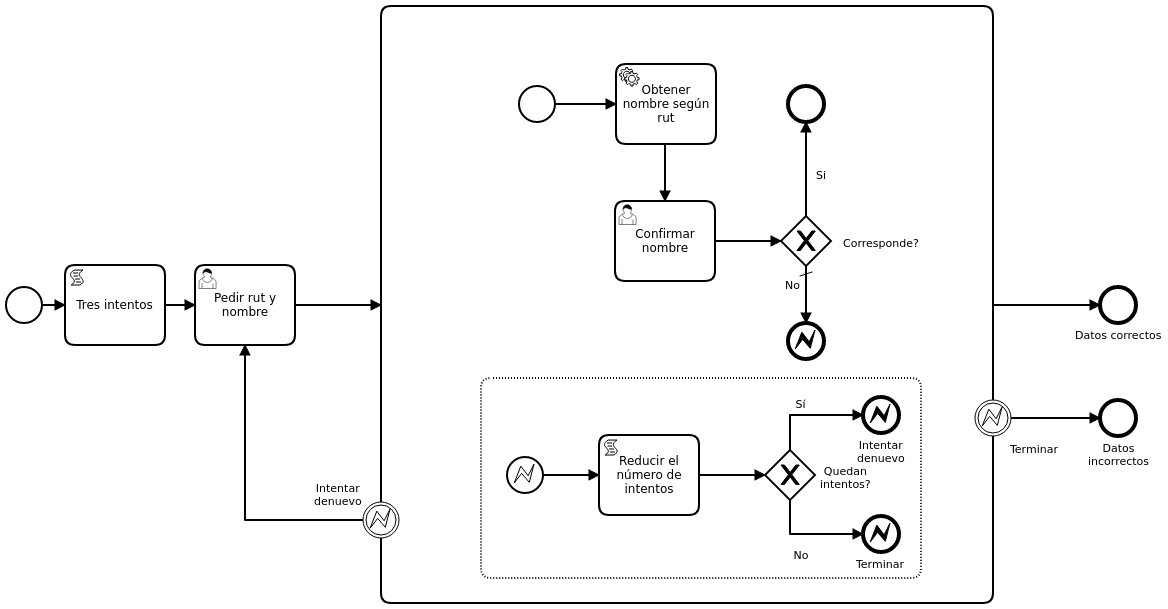
Earlier version of the BPMN export 05 BPMN Deep Dive/CheckRutImprovedExample/process.png (sigifredolaengle/camunda-classes). Its source is kept beside it as 05 BPMN Deep Dive/CheckRutImprovedExample/process.bpmn. Ids are renumbered. Its diagram source:
```xml
<bpmn:definitions xmlns:bpmn="http://www.omg.org/spec/BPMN/20100524/MODEL" xmlns:bpmndi="http://www.omg.org/spec/BPMN/20100524/DI" xmlns:di="http://www.omg.org/spec/DD/20100524/DI" xmlns:dc="http://www.omg.org/spec/DD/20100524/DC" xmlns:xsi="http://www.w3.org/2001/XMLSchema-instance" xmlns:camunda="http://camunda.org/schema/1.0/bpmn" id="Definitions_1" targetNamespace="http://bpmn.io/schema/bpmn" exporter="Camunda Modeler" exporterVersion="1.15.1">
  <bpmn:message id="Message_n1" name="verificar-rut" />
  <bpmn:message id="Message_n2" name="rut-verificado" />
  <bpmn:process id="CheckRutImproved" name="CheckRutImproved" isExecutable="true">
    <bpmn:startEvent id="StartEvent_n3">
      <bpmn:outgoing>SequenceFlow_n4</bpmn:outgoing>
    </bpmn:startEvent>
    <bpmn:sequenceFlow id="SequenceFlow_n4" sourceRef="StartEvent_n3" targetRef="Task_n5" />
    <bpmn:userTask id="Task_n6" name="Pedir rut y nombre">
      <bpmn:extensionElements>
        <camunda:formData>
          <camunda:formField id="rut" label="Rut" type="string">
            <camunda:validation>
              <camunda:constraint name="required" />
            </camunda:validation>
          </camunda:formField>
          <camunda:formField id="nombre" label="Nombre" type="string" />
          <camunda:formField id="intentos" label="Intentos restantes" type="long">
            <camunda:validation>
              <camunda:constraint name="readonly" />
            </camunda:validation>
          </camunda:formField>
        </camunda:formData>
      </bpmn:extensionElements>
      <bpmn:incoming>SequenceFlow_n7</bpmn:incoming>
      <bpmn:incoming>SequenceFlow_n8</bpmn:incoming>
      <bpmn:outgoing>SequenceFlow_n9</bpmn:outgoing>
    </bpmn:userTask>
    <bpmn:subProcess id="SubProcess_n10">
      <bpmn:incoming>SequenceFlow_n9</bpmn:incoming>
      <bpmn:outgoing>SequenceFlow_n11</bpmn:outgoing>
      <bpmn:startEvent id="StartEvent_n12">
        <bpmn:outgoing>SequenceFlow_n13</bpmn:outgoing>
      </bpmn:startEvent>
      <bpmn:sequenceFlow id="SequenceFlow_n13" sourceRef="StartEvent_n12" targetRef="Task_n14" />
      <bpmn:sequenceFlow id="SequenceFlow_n15" sourceRef="Task_n14" targetRef="Task_n16" />
      <bpmn:serviceTask id="Task_n14" name="Obtener nombre según rut">
        <bpmn:extensionElements>
          <camunda:connector>
            <camunda:inputOutput>
              <camunda:inputParameter name="url">
                <camunda:script scriptFormat="freemarker">https://api.rutify.cl/rut/${rut}</camunda:script>
              </camunda:inputParameter>
              <camunda:inputParameter name="method">GET</camunda:inputParameter>
              <camunda:outputParameter name="nombreVer">
                <camunda:script scriptFormat="javaScript">S(response).prop("nombre").value().toString()</camunda:script>
              </camunda:outputParameter>
            </camunda:inputOutput>
            <camunda:connectorId>http-connector</camunda:connectorId>
          </camunda:connector>
        </bpmn:extensionElements>
        <bpmn:incoming>SequenceFlow_n13</bpmn:incoming>
        <bpmn:outgoing>SequenceFlow_n15</bpmn:outgoing>
      </bpmn:serviceTask>
      <bpmn:userTask id="Task_n16" name="Confirmar nombre">
        <bpmn:extensionElements>
          <camunda:formData>
            <camunda:formField id="nombre" label="Nombre" type="string">
              <camunda:validation>
                <camunda:constraint name="readonly" />
              </camunda:validation>
            </camunda:formField>
            <camunda:formField id="nombreVer" label="Nombre verificado" type="string">
              <camunda:validation>
                <camunda:constraint name="readonly" />
              </camunda:validation>
            </camunda:formField>
            <camunda:formField id="correcto" label="Corresponde?" type="boolean" />
          </camunda:formData>
        </bpmn:extensionElements>
        <bpmn:incoming>SequenceFlow_n15</bpmn:incoming>
        <bpmn:outgoing>SequenceFlow_n17</bpmn:outgoing>
      </bpmn:userTask>
      <bpmn:exclusiveGateway id="ExclusiveGateway_n18" name="Corresponde?" default="SequenceFlow_n19">
        <bpmn:incoming>SequenceFlow_n17</bpmn:incoming>
        <bpmn:outgoing>SequenceFlow_n20</bpmn:outgoing>
        <bpmn:outgoing>SequenceFlow_n19</bpmn:outgoing>
      </bpmn:exclusiveGateway>
      <bpmn:sequenceFlow id="SequenceFlow_n17" sourceRef="Task_n16" targetRef="ExclusiveGateway_n18" />
      <bpmn:endEvent id="EndEvent_n21">
        <bpmn:incoming>SequenceFlow_n20</bpmn:incoming>
      </bpmn:endEvent>
      <bpmn:sequenceFlow id="SequenceFlow_n20" name="Si" sourceRef="ExclusiveGateway_n18" targetRef="EndEvent_n21">
        <bpmn:conditionExpression xsi:type="bpmn:tFormalExpression">#{correcto}</bpmn:conditionExpression>
      </bpmn:sequenceFlow>
      <bpmn:sequenceFlow id="SequenceFlow_n19" name="No" sourceRef="ExclusiveGateway_n18" targetRef="EndEvent_n22" />
      <bpmn:endEvent id="EndEvent_n22">
        <bpmn:incoming>SequenceFlow_n19</bpmn:incoming>
        <bpmn:errorEventDefinition errorRef="Error_n23" />
      </bpmn:endEvent>
      <bpmn:subProcess id="SubProcess_n24" triggeredByEvent="true">
        <bpmn:startEvent id="StartEvent_n25">
          <bpmn:outgoing>SequenceFlow_n26</bpmn:outgoing>
          <bpmn:errorEventDefinition errorRef="Error_n23" />
        </bpmn:startEvent>
        <bpmn:exclusiveGateway id="ExclusiveGateway_n27" name="Quedan intentos?">
          <bpmn:incoming>SequenceFlow_n28</bpmn:incoming>
          <bpmn:outgoing>SequenceFlow_n29</bpmn:outgoing>
          <bpmn:outgoing>SequenceFlow_n30</bpmn:outgoing>
        </bpmn:exclusiveGateway>
        <bpmn:sequenceFlow id="SequenceFlow_n26" sourceRef="StartEvent_n25" targetRef="Task_n31" />
        <bpmn:sequenceFlow id="SequenceFlow_n29" name="Sí" sourceRef="ExclusiveGateway_n27" targetRef="EndEvent_n32">
          <bpmn:conditionExpression xsi:type="bpmn:tFormalExpression">#{intentos &gt; 0}</bpmn:conditionExpression>
        </bpmn:sequenceFlow>
        <bpmn:endEvent id="EndEvent_n32" name="Intentar denuevo">
          <bpmn:incoming>SequenceFlow_n29</bpmn:incoming>
          <bpmn:errorEventDefinition errorRef="Error_n23" />
        </bpmn:endEvent>
        <bpmn:sequenceFlow id="SequenceFlow_n30" name="No" sourceRef="ExclusiveGateway_n27" targetRef="EndEvent_n33">
          <bpmn:conditionExpression xsi:type="bpmn:tFormalExpression">#{intentos &lt; 1}</bpmn:conditionExpression>
        </bpmn:sequenceFlow>
        <bpmn:sequenceFlow id="SequenceFlow_n28" sourceRef="Task_n31" targetRef="ExclusiveGateway_n27" />
        <bpmn:endEvent id="EndEvent_n33" name="Terminar">
          <bpmn:incoming>SequenceFlow_n30</bpmn:incoming>
          <bpmn:errorEventDefinition errorRef="Error_n34" />
        </bpmn:endEvent>
        <bpmn:scriptTask id="Task_n31" name="Reducir el número de intentos" scriptFormat="groovy">
          <bpmn:incoming>SequenceFlow_n26</bpmn:incoming>
          <bpmn:outgoing>SequenceFlow_n28</bpmn:outgoing>
          <bpmn:script>def n = execution.getVariable("intentos")
n -= 1
execution.setVariable("intentos", n)</bpmn:script>
        </bpmn:scriptTask>
      </bpmn:subProcess>
    </bpmn:subProcess>
    <bpmn:sequenceFlow id="SequenceFlow_n9" sourceRef="Task_n6" targetRef="SubProcess_n10" />
    <bpmn:boundaryEvent id="BoundaryEvent_n35" name="Intentar denuevo" attachedToRef="SubProcess_n10">
      <bpmn:outgoing>SequenceFlow_n8</bpmn:outgoing>
      <bpmn:errorEventDefinition errorRef="Error_n23" />
    </bpmn:boundaryEvent>
    <bpmn:endEvent id="EndEvent_n36" name="Datos correctos">
      <bpmn:incoming>SequenceFlow_n11</bpmn:incoming>
    </bpmn:endEvent>
    <bpmn:sequenceFlow id="SequenceFlow_n11" sourceRef="SubProcess_n10" targetRef="EndEvent_n36" />
    <bpmn:sequenceFlow id="SequenceFlow_n7" sourceRef="Task_n5" targetRef="Task_n6" />
    <bpmn:scriptTask id="Task_n5" name="Tres intentos" scriptFormat="groovy">
      <bpmn:incoming>SequenceFlow_n4</bpmn:incoming>
      <bpmn:outgoing>SequenceFlow_n7</bpmn:outgoing>
      <bpmn:script>execution.setVariable("intentos", 3);</bpmn:script>
    </bpmn:scriptTask>
    <bpmn:sequenceFlow id="SequenceFlow_n8" sourceRef="BoundaryEvent_n35" targetRef="Task_n6" />
    <bpmn:boundaryEvent id="BoundaryEvent_n37" name="Terminar" attachedToRef="SubProcess_n10">
      <bpmn:outgoing>SequenceFlow_n38</bpmn:outgoing>
      <bpmn:errorEventDefinition errorRef="Error_n34" />
    </bpmn:boundaryEvent>
    <bpmn:endEvent id="EndEvent_n39" name="Datos incorrectos">
      <bpmn:incoming>SequenceFlow_n38</bpmn:incoming>
    </bpmn:endEvent>
    <bpmn:sequenceFlow id="SequenceFlow_n38" sourceRef="BoundaryEvent_n37" targetRef="EndEvent_n39" />
  </bpmn:process>
  <bpmn:error id="Error_n23" name="Nombre no corresponde" errorCode="wrong_name" />
  <bpmn:error id="Error_n34" name="Intentos agotados" errorCode="Intentos agotados" />
  <bpmndi:BPMNDiagram id="BPMNDiagram_1">
    <bpmndi:BPMNPlane id="BPMNPlane_1" bpmnElement="CheckRutImproved">
      <bpmndi:BPMNShape id="StartEvent_n3_di" bpmnElement="StartEvent_n3">
        <dc:Bounds x="24" y="298" width="36" height="36" />
        <bpmndi:BPMNLabel>
          <dc:Bounds x="-3" y="337" width="90" height="13" />
        </bpmndi:BPMNLabel>
      </bpmndi:BPMNShape>
      <bpmndi:BPMNEdge id="SequenceFlow_n4_di" bpmnElement="SequenceFlow_n4">
        <di:waypoint x="60" y="316" />
        <di:waypoint x="83" y="316" />
        <bpmndi:BPMNLabel>
          <dc:Bounds x="26.5" y="294.5" width="90" height="13" />
        </bpmndi:BPMNLabel>
      </bpmndi:BPMNEdge>
      <bpmndi:BPMNShape id="UserTask_0yub580_di" bpmnElement="Task_n6">
        <dc:Bounds x="213" y="276" width="100" height="80" />
      </bpmndi:BPMNShape>
      <bpmndi:BPMNShape id="SubProcess_n10_di" bpmnElement="SubProcess_n10" isExpanded="true">
        <dc:Bounds x="399" y="17" width="612" height="597" />
      </bpmndi:BPMNShape>
      <bpmndi:BPMNEdge id="SequenceFlow_n9_di" bpmnElement="SequenceFlow_n9">
        <di:waypoint x="313" y="316" />
        <di:waypoint x="399" y="316" />
        <bpmndi:BPMNLabel>
          <dc:Bounds x="311" y="294.5" width="90" height="13" />
        </bpmndi:BPMNLabel>
      </bpmndi:BPMNEdge>
      <bpmndi:BPMNShape id="StartEvent_n12_di" bpmnElement="StartEvent_n12">
        <dc:Bounds x="537" y="97" width="36" height="36" />
        <bpmndi:BPMNLabel>
          <dc:Bounds x="510" y="136" width="90" height="13" />
        </bpmndi:BPMNLabel>
      </bpmndi:BPMNShape>
      <bpmndi:BPMNEdge id="SequenceFlow_n13_di" bpmnElement="SequenceFlow_n13">
        <di:waypoint x="573" y="115" />
        <di:waypoint x="634" y="115" />
        <bpmndi:BPMNLabel>
          <dc:Bounds x="559" y="94" width="90" height="13" />
        </bpmndi:BPMNLabel>
      </bpmndi:BPMNEdge>
      <bpmndi:BPMNEdge id="SequenceFlow_n15_di" bpmnElement="SequenceFlow_n15">
        <di:waypoint x="683" y="155" />
        <di:waypoint x="683" y="212" />
        <bpmndi:BPMNLabel>
          <dc:Bounds x="653" y="177" width="90" height="13" />
        </bpmndi:BPMNLabel>
      </bpmndi:BPMNEdge>
      <bpmndi:BPMNShape id="ServiceTask_1ydaxtp_di" bpmnElement="Task_n14">
        <dc:Bounds x="634" y="75" width="100" height="80" />
      </bpmndi:BPMNShape>
      <bpmndi:BPMNShape id="UserTask_02qbnoc_di" bpmnElement="Task_n16">
        <dc:Bounds x="633" y="212" width="100" height="80" />
      </bpmndi:BPMNShape>
      <bpmndi:BPMNShape id="ExclusiveGateway_n18_di" bpmnElement="ExclusiveGateway_n18" isMarkerVisible="true">
        <dc:Bounds x="799" y="227" width="50" height="50" />
        <bpmndi:BPMNLabel>
          <dc:Bounds x="861" y="245" width="76" height="13" />
        </bpmndi:BPMNLabel>
      </bpmndi:BPMNShape>
      <bpmndi:BPMNEdge id="SequenceFlow_n17_di" bpmnElement="SequenceFlow_n17">
        <di:waypoint x="733" y="252" />
        <di:waypoint x="799" y="252" />
        <bpmndi:BPMNLabel>
          <dc:Bounds x="721" y="230.5" width="90" height="13" />
        </bpmndi:BPMNLabel>
      </bpmndi:BPMNEdge>
      <bpmndi:BPMNShape id="EndEvent_n21_di" bpmnElement="EndEvent_n21">
        <dc:Bounds x="806" y="97" width="36" height="36" />
        <bpmndi:BPMNLabel>
          <dc:Bounds x="779" y="136" width="90" height="13" />
        </bpmndi:BPMNLabel>
      </bpmndi:BPMNShape>
      <bpmndi:BPMNEdge id="SequenceFlow_n20_di" bpmnElement="SequenceFlow_n20">
        <di:waypoint x="824" y="227" />
        <di:waypoint x="824" y="133" />
        <bpmndi:BPMNLabel>
          <dc:Bounds x="834" y="177.17741935483872" width="11" height="13" />
        </bpmndi:BPMNLabel>
      </bpmndi:BPMNEdge>
      <bpmndi:BPMNEdge id="SequenceFlow_n19_di" bpmnElement="SequenceFlow_n19">
        <di:waypoint x="824" y="277" />
        <di:waypoint x="824" y="334" />
        <bpmndi:BPMNLabel>
          <dc:Bounds x="803" y="287" width="16" height="13" />
        </bpmndi:BPMNLabel>
      </bpmndi:BPMNEdge>
      <bpmndi:BPMNShape id="EndEvent_1v63dwc_di" bpmnElement="EndEvent_n22">
        <dc:Bounds x="806" y="334" width="36" height="36" />
        <bpmndi:BPMNLabel>
          <dc:Bounds x="779" y="372" width="90" height="13" />
        </bpmndi:BPMNLabel>
      </bpmndi:BPMNShape>
      <bpmndi:BPMNShape id="BoundaryEvent_10ehx3t_di" bpmnElement="BoundaryEvent_n35">
        <dc:Bounds x="381" y="513" width="36" height="36" />
        <bpmndi:BPMNLabel>
          <dc:Bounds x="332" y="490" width="48" height="26" />
        </bpmndi:BPMNLabel>
      </bpmndi:BPMNShape>
      <bpmndi:BPMNShape id="EndEvent_n36_di" bpmnElement="EndEvent_n36">
        <dc:Bounds x="1118" y="298" width="36" height="36" />
        <bpmndi:BPMNLabel>
          <dc:Bounds x="1093" y="337" width="87" height="13" />
        </bpmndi:BPMNLabel>
      </bpmndi:BPMNShape>
      <bpmndi:BPMNEdge id="SequenceFlow_n11_di" bpmnElement="SequenceFlow_n11">
        <di:waypoint x="1011" y="316" />
        <di:waypoint x="1118" y="316" />
        <bpmndi:BPMNLabel>
          <dc:Bounds x="1019.5" y="294.5" width="90" height="13" />
        </bpmndi:BPMNLabel>
      </bpmndi:BPMNEdge>
      <bpmndi:BPMNShape id="SubProcess_1plpf74_di" bpmnElement="SubProcess_n24" isExpanded="true">
        <dc:Bounds x="499" y="389" width="440" height="200" />
      </bpmndi:BPMNShape>
      <bpmndi:BPMNShape id="StartEvent_0pjrjys_di" bpmnElement="StartEvent_n25">
        <dc:Bounds x="525" y="468" width="36" height="36" />
        <bpmndi:BPMNLabel>
          <dc:Bounds x="543" y="507" width="0" height="13" />
        </bpmndi:BPMNLabel>
      </bpmndi:BPMNShape>
      <bpmndi:BPMNEdge id="SequenceFlow_n7_di" bpmnElement="SequenceFlow_n7">
        <di:waypoint x="183" y="316" />
        <di:waypoint x="213" y="316" />
        <bpmndi:BPMNLabel>
          <dc:Bounds x="198" y="294.5" width="0" height="13" />
        </bpmndi:BPMNLabel>
      </bpmndi:BPMNEdge>
      <bpmndi:BPMNShape id="ScriptTask_06rmamz_di" bpmnElement="Task_n5">
        <dc:Bounds x="83" y="276" width="100" height="80" />
      </bpmndi:BPMNShape>
      <bpmndi:BPMNShape id="ExclusiveGateway_n27_di" bpmnElement="ExclusiveGateway_n27" isMarkerVisible="true">
        <dc:Bounds x="783" y="461" width="50" height="50" />
        <bpmndi:BPMNLabel>
          <dc:Bounds x="838" y="473" width="51" height="26" />
        </bpmndi:BPMNLabel>
      </bpmndi:BPMNShape>
      <bpmndi:BPMNEdge id="SequenceFlow_n26_di" bpmnElement="SequenceFlow_n26">
        <di:waypoint x="561" y="486" />
        <di:waypoint x="589" y="486" />
        <di:waypoint x="589" y="486" />
        <di:waypoint x="617" y="486" />
        <bpmndi:BPMNLabel>
          <dc:Bounds x="604" y="479.5" width="0" height="13" />
        </bpmndi:BPMNLabel>
      </bpmndi:BPMNEdge>
      <bpmndi:BPMNEdge id="SequenceFlow_n29_di" bpmnElement="SequenceFlow_n29">
        <di:waypoint x="808" y="461" />
        <di:waypoint x="808" y="426" />
        <di:waypoint x="881" y="426" />
        <bpmndi:BPMNLabel>
          <dc:Bounds x="813.62109375" y="406" width="11" height="13" />
        </bpmndi:BPMNLabel>
      </bpmndi:BPMNEdge>
      <bpmndi:BPMNShape id="EndEvent_04sblkh_di" bpmnElement="EndEvent_n32">
        <dc:Bounds x="881" y="408" width="36" height="36" />
        <bpmndi:BPMNLabel>
          <dc:Bounds x="875" y="447" width="48" height="26" />
        </bpmndi:BPMNLabel>
      </bpmndi:BPMNShape>
      <bpmndi:BPMNEdge id="SequenceFlow_n30_di" bpmnElement="SequenceFlow_n30">
        <di:waypoint x="808" y="511" />
        <di:waypoint x="808" y="545" />
        <di:waypoint x="881" y="545" />
        <bpmndi:BPMNLabel>
          <dc:Bounds x="811.40625" y="557" width="16" height="13" />
        </bpmndi:BPMNLabel>
      </bpmndi:BPMNEdge>
      <bpmndi:BPMNEdge id="SequenceFlow_n28_di" bpmnElement="SequenceFlow_n28">
        <di:waypoint x="717" y="486" />
        <di:waypoint x="750" y="486" />
        <di:waypoint x="750" y="486" />
        <di:waypoint x="783" y="486" />
        <bpmndi:BPMNLabel>
          <dc:Bounds x="765" y="479.5" width="0" height="13" />
        </bpmndi:BPMNLabel>
      </bpmndi:BPMNEdge>
      <bpmndi:BPMNEdge id="SequenceFlow_n8_di" bpmnElement="SequenceFlow_n8">
        <di:waypoint x="381" y="531" />
        <di:waypoint x="263" y="531" />
        <di:waypoint x="263" y="356" />
        <bpmndi:BPMNLabel>
          <dc:Bounds x="322" y="509.5" width="0" height="13" />
        </bpmndi:BPMNLabel>
      </bpmndi:BPMNEdge>
      <bpmndi:BPMNShape id="EndEvent_1w09rje_di" bpmnElement="EndEvent_n33">
        <dc:Bounds x="881" y="527" width="36" height="36" />
        <bpmndi:BPMNLabel>
          <dc:Bounds x="874" y="566" width="50" height="13" />
        </bpmndi:BPMNLabel>
      </bpmndi:BPMNShape>
      <bpmndi:BPMNShape id="BoundaryEvent_13bq75n_di" bpmnElement="BoundaryEvent_n37">
        <dc:Bounds x="993" y="411" width="36" height="36" />
        <bpmndi:BPMNLabel>
          <dc:Bounds x="1028" y="451" width="50" height="13" />
        </bpmndi:BPMNLabel>
      </bpmndi:BPMNShape>
      <bpmndi:BPMNShape id="EndEvent_n39_di" bpmnElement="EndEvent_n39">
        <dc:Bounds x="1118" y="411" width="36" height="36" />
        <bpmndi:BPMNLabel>
          <dc:Bounds x="1106" y="450" width="62" height="26" />
        </bpmndi:BPMNLabel>
      </bpmndi:BPMNShape>
      <bpmndi:BPMNEdge id="SequenceFlow_n38_di" bpmnElement="SequenceFlow_n38">
        <di:waypoint x="1029" y="429" />
        <di:waypoint x="1118" y="429" />
        <bpmndi:BPMNLabel>
          <dc:Bounds x="1073.5" y="407.5" width="0" height="13" />
        </bpmndi:BPMNLabel>
      </bpmndi:BPMNEdge>
      <bpmndi:BPMNShape id="ScriptTask_082v6if_di" bpmnElement="Task_n31">
        <dc:Bounds x="617" y="446" width="100" height="80" />
      </bpmndi:BPMNShape>
    </bpmndi:BPMNPlane>
  </bpmndi:BPMNDiagram>
</bpmn:definitions>
```
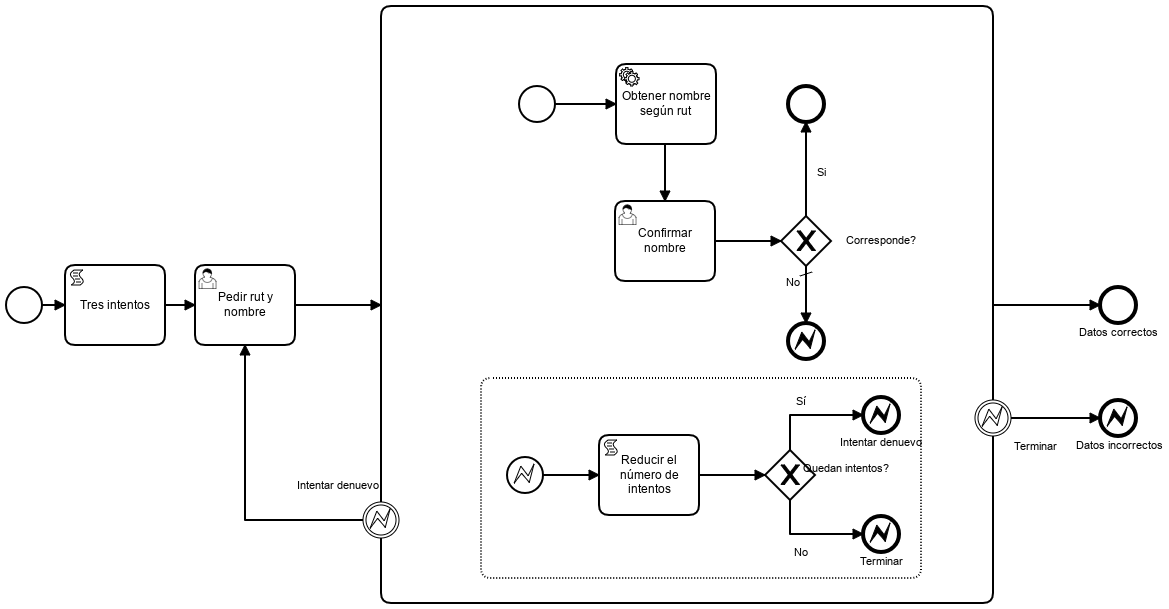
Above is the later version.

The edit, as a diff of the source:
```diff
@@ -1,7 +1,7 @@
 <bpmn:definitions xmlns:bpmn="http://www.omg.org/spec/BPMN/20100524/MODEL" xmlns:bpmndi="http://www.omg.org/spec/BPMN/20100524/DI" xmlns:di="http://www.omg.org/spec/DD/20100524/DI" xmlns:dc="http://www.omg.org/spec/DD/20100524/DC" xmlns:xsi="http://www.w3.org/2001/XMLSchema-instance" xmlns:camunda="http://camunda.org/schema/1.0/bpmn" id="Definitions_1" targetNamespace="http://bpmn.io/schema/bpmn" exporter="Camunda Modeler" exporterVersion="1.15.1">
   <bpmn:message id="Message_n1" name="verificar-rut" />
   <bpmn:message id="Message_n2" name="rut-verificado" />
-  <bpmn:process id="CheckRutImproved" name="CheckRutImproved" isExecutable="true">
+  <bpmn:process id="CheckRut" name="CheckRut" isExecutable="true">
     <bpmn:startEvent id="StartEvent_n3">
       <bpmn:outgoing>SequenceFlow_n4</bpmn:outgoing>
     </bpmn:startEvent>
@@ -143,15 +143,17 @@
       <bpmn:outgoing>SequenceFlow_n38</bpmn:outgoing>
       <bpmn:errorEventDefinition errorRef="Error_n34" />
     </bpmn:boundaryEvent>
+    <bpmn:sequenceFlow id="SequenceFlow_n38" sourceRef="BoundaryEvent_n37" targetRef="EndEvent_n39" />
     <bpmn:endEvent id="EndEvent_n39" name="Datos incorrectos">
       <bpmn:incoming>SequenceFlow_n38</bpmn:incoming>
+      <bpmn:errorEventDefinition errorRef="Error_n40" />
     </bpmn:endEvent>
-    <bpmn:sequenceFlow id="SequenceFlow_n38" sourceRef="BoundaryEvent_n37" targetRef="EndEvent_n39" />
   </bpmn:process>
   <bpmn:error id="Error_n23" name="Nombre no corresponde" errorCode="wrong_name" />
   <bpmn:error id="Error_n34" name="Intentos agotados" errorCode="Intentos agotados" />
+  <bpmn:error id="Error_n40" name="Datos Incorrectos" errorCode="Datos Incorrectos" />
   <bpmndi:BPMNDiagram id="BPMNDiagram_1">
-    <bpmndi:BPMNPlane id="BPMNPlane_1" bpmnElement="CheckRutImproved">
+    <bpmndi:BPMNPlane id="BPMNPlane_1" bpmnElement="CheckRut">
       <bpmndi:BPMNShape id="StartEvent_n3_di" bpmnElement="StartEvent_n3">
         <dc:Bounds x="24" y="298" width="36" height="36" />
         <bpmndi:BPMNLabel>
@@ -347,12 +349,6 @@
           <dc:Bounds x="1028" y="451" width="50" height="13" />
         </bpmndi:BPMNLabel>
       </bpmndi:BPMNShape>
-      <bpmndi:BPMNShape id="EndEvent_n39_di" bpmnElement="EndEvent_n39">
-        <dc:Bounds x="1118" y="411" width="36" height="36" />
-        <bpmndi:BPMNLabel>
-          <dc:Bounds x="1106" y="450" width="62" height="26" />
-        </bpmndi:BPMNLabel>
-      </bpmndi:BPMNShape>
       <bpmndi:BPMNEdge id="SequenceFlow_n38_di" bpmnElement="SequenceFlow_n38">
         <di:waypoint x="1029" y="429" />
         <di:waypoint x="1118" y="429" />
@@ -363,6 +359,12 @@
       <bpmndi:BPMNShape id="ScriptTask_082v6if_di" bpmnElement="Task_n31">
         <dc:Bounds x="617" y="446" width="100" height="80" />
       </bpmndi:BPMNShape>
+      <bpmndi:BPMNShape id="EndEvent_1cvsmqi_di" bpmnElement="EndEvent_n39">
+        <dc:Bounds x="1118" y="411" width="36" height="36" />
+        <bpmndi:BPMNLabel>
+          <dc:Bounds x="1094" y="450" width="87" height="14" />
+        </bpmndi:BPMNLabel>
+      </bpmndi:BPMNShape>
     </bpmndi:BPMNPlane>
   </bpmndi:BPMNDiagram>
 </bpmn:definitions>
```
